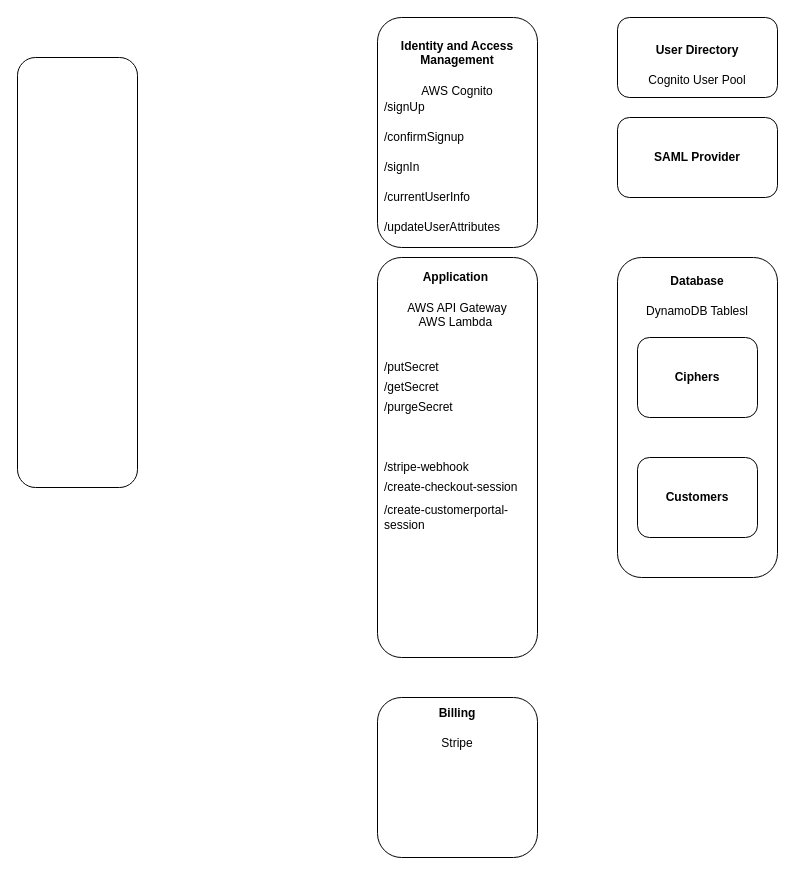
This is page "Application Architecture" (1 of 5) of Shhh.drawio from ciaran-finnegan/secret-sharer-client, a draw.io file, before an edit. Source tidied: cells renumbered, new cells numbered last; positions are measured from the earlier drawing's top-left corner, leaving out a move shared by most shapes. Both pictures are drawn from the tidied source at 100%, with x=0, y=0 at pixel (17, 17).
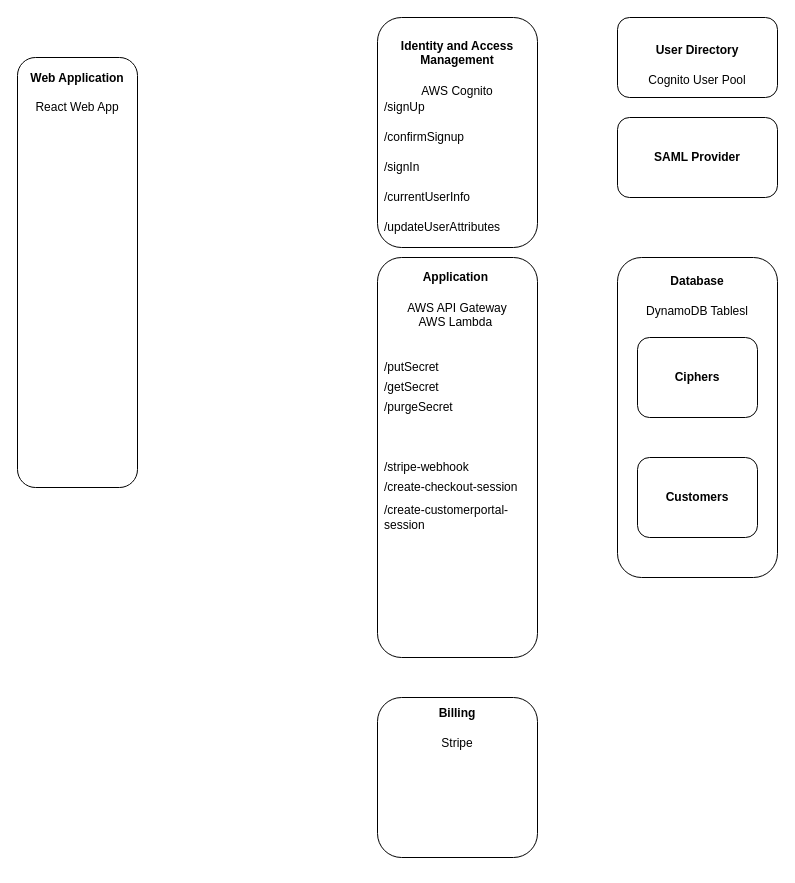
The same page after the edit.

The edit, as a diff of the source:
```diff
@@
-    <mxCell id="9" style="rounded=1;whiteSpace=wrap;html=1;align=left;" parent="1" vertex="1">
+    <mxCell id="9" value="&lt;div&gt;&lt;b&gt;Web Application&lt;/b&gt;&lt;/div&gt;&lt;div&gt;&lt;b&gt;&lt;br&gt;&lt;/b&gt;&lt;/div&gt;&lt;div&gt;React Web App&lt;/div&gt;&lt;div&gt;&lt;br&gt;&lt;/div&gt;&lt;div&gt;&lt;br&gt;&lt;/div&gt;&lt;div&gt;&lt;br&gt;&lt;/div&gt;&lt;div&gt;&lt;br&gt;&lt;/div&gt;&lt;div&gt;&lt;br&gt;&lt;/div&gt;&lt;div&gt;&lt;br&gt;&lt;/div&gt;&lt;div&gt;&lt;br&gt;&lt;/div&gt;&lt;div&gt;&lt;br&gt;&lt;/div&gt;&lt;div&gt;&lt;br&gt;&lt;/div&gt;&lt;div&gt;&lt;br&gt;&lt;/div&gt;&lt;div&gt;&lt;br&gt;&lt;/div&gt;&lt;div&gt;&lt;br&gt;&lt;/div&gt;&lt;div&gt;&lt;br&gt;&lt;/div&gt;&lt;div&gt;&lt;br&gt;&lt;/div&gt;&lt;div&gt;&lt;br&gt;&lt;/div&gt;&lt;div&gt;&lt;br&gt;&lt;/div&gt;&lt;div&gt;&lt;br&gt;&lt;/div&gt;&lt;div&gt;&lt;br&gt;&lt;/div&gt;&lt;div&gt;&lt;br&gt;&lt;/div&gt;&lt;div&gt;&lt;br&gt;&lt;/div&gt;&lt;div&gt;&lt;br&gt;&lt;/div&gt;&lt;div&gt;&lt;br&gt;&lt;/div&gt;&lt;div&gt;&lt;br&gt;&lt;/div&gt;&lt;div&gt;&lt;br&gt;&lt;/div&gt;&lt;div&gt;&lt;br&gt;&lt;/div&gt;" style="rounded=1;whiteSpace=wrap;html=1;align=center;" parent="1" vertex="1">
       <mxGeometry y="40" width="120" height="430" as="geometry" />
     </mxCell>
```
